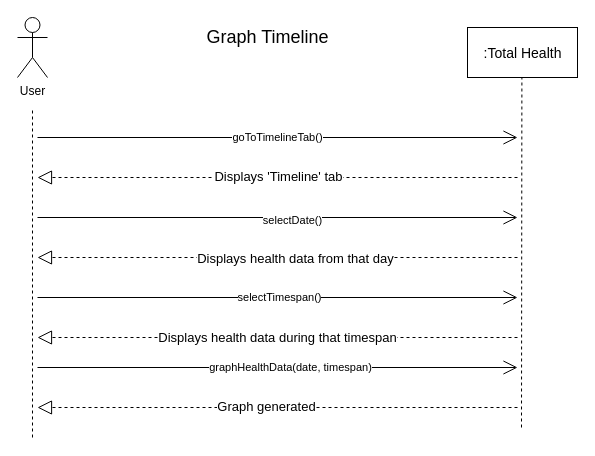
The draw.io diagram SSD - Graph Timeline.drawio in Esaied19/Team-Albatross, before the edit. Source tidied: cells renumbered, new cells numbered last; positions are measured from the earlier drawing's top-left corner, leaving out a move shared by most shapes. Both pictures are drawn from the tidied source at 100%, with x=0, y=0 at pixel (17, 17).
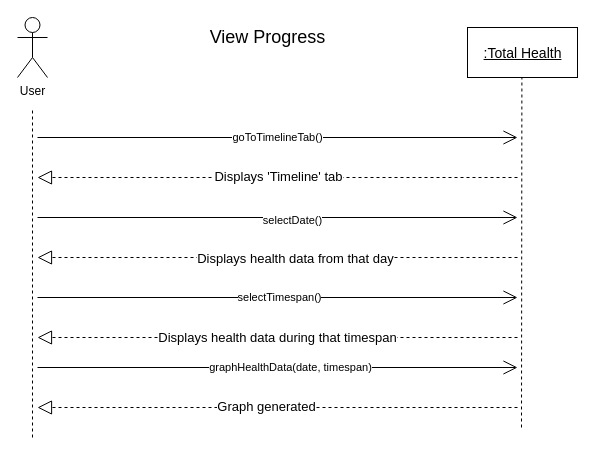
After the change.

Change to the diagram source:
```diff
@@
-    <mxCell id="20" value="&lt;font style=&quot;font-size: 18px&quot;&gt;Graph Timeline&lt;/font&gt;" style="text;html=1;align=center;verticalAlign=middle;fillColor=none;strokeColor=none;rounded=0;" parent="1" vertex="1">
-      <mxGeometry x="180" y="10" width="140" height="20" as="geometry" />
+    <mxCell id="20" value="&lt;font style=&quot;font-size: 18px&quot;&gt;View Progress&lt;br&gt;&lt;/font&gt;" style="text;html=1;align=center;verticalAlign=middle;fillColor=none;strokeColor=none;rounded=0;" parent="1" vertex="1">
+      <mxGeometry x="185" y="10" width="130" height="20" as="geometry" />
     </mxCell>
-    <mxCell id="21" value="&lt;font style=&quot;font-size: 14px&quot;&gt;:Total Health&lt;/font&gt;" style="text;html=1;align=center;verticalAlign=middle;fillColor=none;strokeColor=none;rounded=0;fontSize=18;" parent="1" vertex="1">
+    <mxCell id="21" value="&lt;u&gt;&lt;font style=&quot;font-size: 14px&quot;&gt;:Total Health&lt;/font&gt;&lt;/u&gt;" style="text;html=1;align=center;verticalAlign=middle;fillColor=none;strokeColor=none;rounded=0;fontSize=18;" parent="1" vertex="1">
       <mxGeometry x="460" y="20" width="90" height="30" as="geometry" />
     </mxCell>
```
